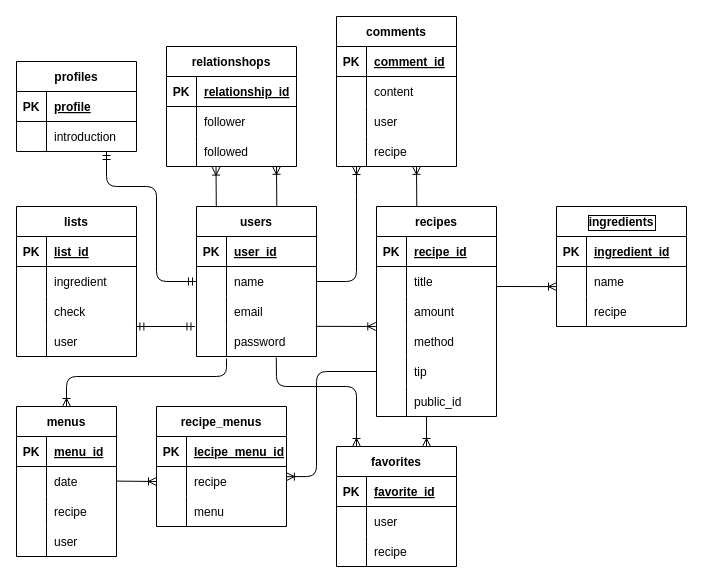
yuuuuki15/recipe_app keeps this draw.io diagram as config/table.dio. Above is the earlier version. Source tidied: cells renumbered, new cells numbered last; positions are measured from the earlier drawing's top-left corner, leaving out a move shared by most shapes. Both pictures are drawn from the tidied source at 100%, with x=0, y=0 at pixel (16, 16).
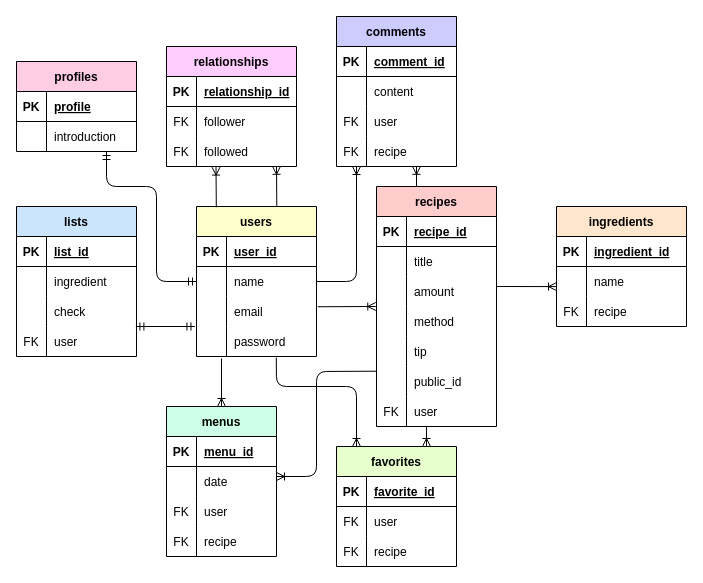
After the change.

The change refers to these unchanged cells:
```xml
<mxCell id="9" style="shape=partialRectangle;fillColor=none;top=0;left=0;bottom=0;right=0;points=[[0,0.5],[1,0.5]];portConstraint=eastwest;" parent="2" vertex="1">
  <mxGeometry y="90" width="120" height="30" as="geometry" />
</mxCell>
<mxCell id="12" style="shape=partialRectangle;fillColor=none;top=0;left=0;bottom=0;right=0;points=[[0,0.5],[1,0.5]];portConstraint=eastwest;" parent="2" vertex="1">
  <mxGeometry y="120" width="120" height="30" as="geometry" />
</mxCell>
<mxCell id="22" style="shape=partialRectangle;fillColor=none;top=0;left=0;bottom=0;right=0;points=[[0,0.5],[1,0.5]];portConstraint=eastwest;" parent="15" vertex="1">
  <mxGeometry y="90" width="120" height="30" as="geometry" />
</mxCell>
<mxCell id="28" style="shape=partialRectangle;fillColor=none;top=0;left=0;bottom=0;right=0;points=[[0,0.5],[1,0.5]];portConstraint=eastwest;" parent="15" vertex="1">
  <mxGeometry y="150" width="120" height="30" as="geometry" />
</mxCell>
<mxCell id="31" style="shape=partialRectangle;fillColor=none;top=0;left=0;bottom=0;right=0;points=[[0,0.5],[1,0.5]];portConstraint=eastwest;" parent="15" vertex="1">
  <mxGeometry y="180" width="120" height="30" as="geometry" />
</mxCell>
<mxCell id="41" style="shape=partialRectangle;fillColor=none;top=0;left=0;bottom=0;right=0;" parent="34" vertex="1">
  <mxGeometry y="90" width="130" height="30" as="geometry" />
</mxCell>
<mxCell id="51" style="shape=partialRectangle;fillColor=none;top=0;left=0;bottom=0;right=0;" parent="44" vertex="1">
  <mxGeometry y="90" width="120" height="30" as="geometry" />
</mxCell>
<mxCell id="54" style="shape=partialRectangle;fillColor=none;top=0;left=0;bottom=0;right=0;" parent="44" vertex="1">
  <mxGeometry y="120" width="120" height="30" as="geometry" />
</mxCell>
<mxCell id="61" style="shape=partialRectangle;fillColor=none;top=0;left=0;bottom=0;right=0;" parent="57" vertex="1">
  <mxGeometry y="60" width="120" height="30" as="geometry" />
</mxCell>
<mxCell id="64" style="shape=partialRectangle;fillColor=none;top=0;left=0;bottom=0;right=0;" parent="57" vertex="1">
  <mxGeometry y="90" width="120" height="30" as="geometry" />
</mxCell>
<mxCell id="90" style="shape=partialRectangle;fillColor=none;top=0;left=0;bottom=0;right=0;points=[[0,0.5],[1,0.5]];portConstraint=eastwest;" parent="80" vertex="1">
  <mxGeometry y="120" width="120" height="30" as="geometry" />
</mxCell>
<mxCell id="115" style="shape=partialRectangle;fillColor=none;top=0;left=0;bottom=0;right=0;" parent="111" vertex="1">
  <mxGeometry y="60" width="130" height="30" as="geometry" />
</mxCell>
<mxCell id="118" style="shape=partialRectangle;fillColor=none;top=0;left=0;bottom=0;right=0;points=[[0,0.5],[1,0.5]];portConstraint=eastwest;" parent="111" vertex="1">
  <mxGeometry y="90" width="130" height="30" as="geometry" />
</mxCell>
```

What changed in the source:
```diff
@@
-    <mxCell id="2" value="users" style="shape=table;startSize=30;childLayout=tableLayout;rowLines=0;fontStyle=1;align=center;" parent="1" vertex="1">
+    <mxCell id="2" value="users" style="shape=table;startSize=30;childLayout=tableLayout;rowLines=0;fontStyle=1;align=center;swimlaneFillColor=none;fillColor=#FFFFCC;fontColor=#000000;" parent="1" vertex="1">
       <mxGeometry x="180" y="190" width="120" height="150" as="geometry" />
     </mxCell>
@@
-    <mxCell id="15" value="recipes" style="shape=table;startSize=30;childLayout=tableLayout;rowLines=0;fontStyle=1;align=center;" parent="1" vertex="1">
-      <mxGeometry x="360" y="190" width="120" height="210" as="geometry" />
+    <mxCell id="15" value="recipes" style="shape=table;startSize=30;childLayout=tableLayout;rowLines=0;fontStyle=1;align=center;fillColor=#FFCCCC;fontColor=#000000;" parent="1" vertex="1">
+      <mxGeometry x="360" y="170" width="120" height="240" as="geometry" />
     </mxCell>
@@
+    <mxCell id="133" style="shape=partialRectangle;fillColor=none;top=0;left=0;bottom=0;right=0;" parent="15" vertex="1">
+      <mxGeometry y="210" width="120" height="30" as="geometry" />
+    </mxCell>
+    <mxCell id="134" value="FK" style="shape=partialRectangle;fillColor=none;top=0;left=0;bottom=0;right=0;overflow=hidden;" parent="133" vertex="1">
+      <mxGeometry width="30" height="30" as="geometry" />
+    </mxCell>
+    <mxCell id="135" value="user" style="shape=partialRectangle;fillColor=none;top=0;left=0;bottom=0;right=0;align=left;spacingLeft=6;overflow=hidden;" parent="133" vertex="1">
+      <mxGeometry x="30" width="90" height="30" as="geometry" />
+    </mxCell>
-    <mxCell id="34" value="ingredients" style="shape=table;startSize=30;childLayout=tableLayout;rowLines=0;fontStyle=1;align=center;labelBackgroundColor=none;labelBorderColor=default;" parent="1" vertex="1">
+    <mxCell id="34" value="ingredients" style="shape=table;startSize=30;childLayout=tableLayout;rowLines=0;fontStyle=1;align=center;labelBackgroundColor=none;labelBorderColor=none;fillColor=#FFE6CC;fontColor=#000000;" parent="1" vertex="1">
       <mxGeometry x="540" y="190" width="130" height="120" as="geometry" />
     </mxCell>
@@
-    <mxCell id="42" style="shape=partialRectangle;fillColor=none;top=0;left=0;bottom=0;right=0;overflow=hidden;" parent="41" vertex="1">
+    <mxCell id="42" value="FK" style="shape=partialRectangle;fillColor=none;top=0;left=0;bottom=0;right=0;overflow=hidden;" parent="41" vertex="1">
       <mxGeometry width="30" height="30" as="geometry" />
     </mxCell>
@@
-    <mxCell id="44" value="comments" style="shape=table;startSize=30;childLayout=tableLayout;rowLines=0;fontStyle=1;align=center;" parent="1" vertex="1">
+    <mxCell id="44" value="comments" style="shape=table;startSize=30;childLayout=tableLayout;rowLines=0;fontStyle=1;align=center;fillColor=#CCCCFF;fontColor=#000000;" parent="1" vertex="1">
       <mxGeometry x="320" width="120" height="150" as="geometry" />
     </mxCell>
@@
-    <mxCell id="52" style="shape=partialRectangle;fillColor=none;top=0;left=0;bottom=0;right=0;overflow=hidden;" parent="51" vertex="1">
+    <mxCell id="52" value="FK" style="shape=partialRectangle;fillColor=none;top=0;left=0;bottom=0;right=0;overflow=hidden;" parent="51" vertex="1">
       <mxGeometry width="30" height="30" as="geometry" />
     </mxCell>
@@
-    <mxCell id="55" style="shape=partialRectangle;fillColor=none;top=0;left=0;bottom=0;right=0;overflow=hidden;" parent="54" vertex="1">
+    <mxCell id="55" value="FK" style="shape=partialRectangle;fillColor=none;top=0;left=0;bottom=0;right=0;overflow=hidden;" parent="54" vertex="1">
       <mxGeometry width="30" height="30" as="geometry" />
     </mxCell>
@@
-    <mxCell id="57" value="favorites" style="shape=table;startSize=30;childLayout=tableLayout;rowLines=0;fontStyle=1;align=center;" parent="1" vertex="1">
+    <mxCell id="57" value="favorites" style="shape=table;startSize=30;childLayout=tableLayout;rowLines=0;fontStyle=1;align=center;fillColor=#E6FFCC;fontColor=#000000;" parent="1" vertex="1">
       <mxGeometry x="320" y="430" width="120" height="120" as="geometry" />
     </mxCell>
@@
-    <mxCell id="62" style="shape=partialRectangle;fillColor=none;top=0;left=0;bottom=0;right=0;overflow=hidden;" parent="61" vertex="1">
+    <mxCell id="62" value="FK" style="shape=partialRectangle;fillColor=none;top=0;left=0;bottom=0;right=0;overflow=hidden;" parent="61" vertex="1">
       <mxGeometry width="30" height="30" as="geometry" />
     </mxCell>
@@
-    <mxCell id="65" style="shape=partialRectangle;fillColor=none;top=0;left=0;bottom=0;right=0;overflow=hidden;" parent="64" vertex="1">
+    <mxCell id="65" value="FK" style="shape=partialRectangle;fillColor=none;top=0;left=0;bottom=0;right=0;overflow=hidden;" parent="64" vertex="1">
       <mxGeometry width="30" height="30" as="geometry" />
     </mxCell>
@@
-    <mxCell id="67" value="menus" style="shape=table;startSize=30;childLayout=tableLayout;rowLines=0;fontStyle=1;align=center;" parent="1" vertex="1">
-      <mxGeometry y="390" width="100" height="150" as="geometry" />
+    <mxCell id="67" value="menus" style="shape=table;startSize=30;childLayout=tableLayout;rowLines=0;fontStyle=1;align=center;fontColor=#000000;fillColor=#CCFFE6;" parent="1" vertex="1">
+      <mxGeometry x="150" y="390" width="110" height="150" as="geometry" />
     </mxCell>
     <mxCell id="68" style="shape=partialRectangle;fillColor=none;top=0;left=0;bottom=1;right=0;" parent="67" vertex="1">
-      <mxGeometry y="30" width="100" height="30" as="geometry" />
+      <mxGeometry y="30" width="110" height="30" as="geometry" />
     </mxCell>
@@
     <mxCell id="70" value="menu_id" style="shape=partialRectangle;fillColor=none;top=0;left=0;bottom=0;right=0;align=left;spacingLeft=6;fontStyle=5;overflow=hidden;" parent="68" vertex="1">
-      <mxGeometry x="30" width="70" height="30" as="geometry" />
+      <mxGeometry x="30" width="80" height="30" as="geometry" />
     </mxCell>
     <mxCell id="71" style="shape=partialRectangle;fillColor=none;top=0;left=0;bottom=0;right=0;" parent="67" vertex="1">
-      <mxGeometry y="60" width="100" height="30" as="geometry" />
+      <mxGeometry y="60" width="110" height="30" as="geometry" />
     </mxCell>
@@
     <mxCell id="73" value="date" style="shape=partialRectangle;fillColor=none;top=0;left=0;bottom=0;right=0;align=left;spacingLeft=6;overflow=hidden;" parent="71" vertex="1">
-      <mxGeometry x="30" width="70" height="30" as="geometry" />
+      <mxGeometry x="30" width="80" height="30" as="geometry" />
     </mxCell>
-    <mxCell id="74" style="shape=partialRectangle;fillColor=none;top=0;left=0;bottom=0;right=0;" parent="67" vertex="1">
-      <mxGeometry y="90" width="100" height="30" as="geometry" />
-    </mxCell>
-    <mxCell id="75" style="shape=partialRectangle;fillColor=none;top=0;left=0;bottom=0;right=0;overflow=hidden;" parent="74" vertex="1">
-      <mxGeometry width="30" height="30" as="geometry" />
-    </mxCell>
-    <mxCell id="76" value="recipe" style="shape=partialRectangle;fillColor=none;top=0;left=0;bottom=0;right=0;align=left;spacingLeft=6;overflow=hidden;" parent="74" vertex="1">
-      <mxGeometry x="30" width="70" height="30" as="geometry" />
-    </mxCell>
     <mxCell id="77" style="shape=partialRectangle;fillColor=none;top=0;left=0;bottom=0;right=0;" parent="67" vertex="1">
-      <mxGeometry y="120" width="100" height="30" as="geometry" />
+      <mxGeometry y="90" width="110" height="30" as="geometry" />
     </mxCell>
-    <mxCell id="78" style="shape=partialRectangle;fillColor=none;top=0;left=0;bottom=0;right=0;overflow=hidden;" parent="77" vertex="1">
+    <mxCell id="78" value="FK" style="shape=partialRectangle;fillColor=none;top=0;left=0;bottom=0;right=0;overflow=hidden;" parent="77" vertex="1">
       <mxGeometry width="30" height="30" as="geometry" />
     </mxCell>
     <mxCell id="79" value="user" style="shape=partialRectangle;fillColor=none;top=0;left=0;bottom=0;right=0;align=left;spacingLeft=6;overflow=hidden;" parent="77" vertex="1">
-      <mxGeometry x="30" width="70" height="30" as="geometry" />
+      <mxGeometry x="30" width="80" height="30" as="geometry" />
     </mxCell>
+    <mxCell id="136" style="shape=partialRectangle;fillColor=none;top=0;left=0;bottom=0;right=0;" parent="67" vertex="1">
+      <mxGeometry y="120" width="110" height="30" as="geometry" />
+    </mxCell>
+    <mxCell id="137" value="FK" style="shape=partialRectangle;fillColor=none;top=0;left=0;bottom=0;right=0;overflow=hidden;" parent="136" vertex="1">
+      <mxGeometry width="30" height="30" as="geometry" />
+    </mxCell>
+    <mxCell id="138" value="recipe" style="shape=partialRectangle;fillColor=none;top=0;left=0;bottom=0;right=0;align=left;spacingLeft=6;overflow=hidden;" parent="136" vertex="1">
+      <mxGeometry x="30" width="80" height="30" as="geometry" />
+    </mxCell>
-    <mxCell id="80" value="lists" style="shape=table;startSize=30;childLayout=tableLayout;rowLines=0;fontStyle=1;align=center;" parent="1" vertex="1">
+    <mxCell id="80" value="lists" style="shape=table;startSize=30;childLayout=tableLayout;rowLines=0;fontStyle=1;align=center;fontColor=#000000;fillColor=#CCE5FF;" parent="1" vertex="1">
       <mxGeometry y="190" width="120" height="150" as="geometry" />
     </mxCell>
@@
-    <mxCell id="91" style="shape=partialRectangle;fillColor=none;top=0;left=0;bottom=0;right=0;overflow=hidden;" parent="90" vertex="1">
+    <mxCell id="91" value="FK" style="shape=partialRectangle;fillColor=none;top=0;left=0;bottom=0;right=0;overflow=hidden;" parent="90" vertex="1">
       <mxGeometry width="30" height="30" as="geometry" />
     </mxCell>
@@
-    <mxCell id="93" value="profiles" style="shape=table;startSize=30;childLayout=tableLayout;rowLines=0;fontStyle=1;align=center;" parent="1" vertex="1">
+    <mxCell id="93" value="profiles" style="shape=table;startSize=30;childLayout=tableLayout;rowLines=0;fontStyle=1;align=center;fillColor=#FFCCE6;fontColor=#000000;" parent="1" vertex="1">
       <mxGeometry y="45" width="120" height="90" as="geometry" />
     </mxCell>
@@
-    <mxCell id="100" style="fontSize=12;html=1;endArrow=ERoneToMany;entryX=-0.006;entryY=0.999;entryDx=0;entryDy=0;entryPerimeter=0;exitX=0.994;exitY=-0.005;exitDx=0;exitDy=0;exitPerimeter=0;" parent="1" edge="1" source="12" target="22">
+    <mxCell id="100" style="fontSize=12;html=1;endArrow=ERoneToMany;entryX=-0.006;entryY=0.999;entryDx=0;entryDy=0;entryPerimeter=0;exitX=1.01;exitY=0.342;exitDx=0;exitDy=0;exitPerimeter=0;" parent="1" edge="1" source="9" target="22">
       <mxGeometry relative="1" as="geometry" />
     </mxCell>
-    <mxCell id="101" value="recipe_menus" style="shape=table;startSize=30;childLayout=tableLayout;rowLines=0;fontStyle=1;align=center;" parent="1" vertex="1">
-      <mxGeometry x="140" y="390" width="130" height="120" as="geometry" />
-    </mxCell>
-    <mxCell id="102" style="shape=partialRectangle;fillColor=none;top=0;left=0;bottom=1;right=0;" parent="101" vertex="1">
-      <mxGeometry y="30" width="130" height="30" as="geometry" />
-    </mxCell>
-    <mxCell id="103" value="PK" style="shape=partialRectangle;fillColor=none;top=0;left=0;bottom=0;right=0;fontStyle=1;overflow=hidden;" parent="102" vertex="1">
-      <mxGeometry width="30" height="30" as="geometry" />
-    </mxCell>
-    <mxCell id="104" value="lecipe_menu_id" style="shape=partialRectangle;fillColor=none;top=0;left=0;bottom=0;right=0;align=left;spacingLeft=6;fontStyle=5;overflow=hidden;" parent="102" vertex="1">
-      <mxGeometry x="30" width="100" height="30" as="geometry" />
-    </mxCell>
-    <mxCell id="105" style="shape=partialRectangle;fillColor=none;top=0;left=0;bottom=0;right=0;points=[[0,0.5],[1,0.5]];portConstraint=eastwest;" parent="101" vertex="1">
-      <mxGeometry y="60" width="130" height="30" as="geometry" />
-    </mxCell>
-    <mxCell id="106" style="shape=partialRectangle;fillColor=none;top=0;left=0;bottom=0;right=0;overflow=hidden;" parent="105" vertex="1">
-      <mxGeometry width="30" height="30" as="geometry" />
-    </mxCell>
-    <mxCell id="107" value="recipe" style="shape=partialRectangle;fillColor=none;top=0;left=0;bottom=0;right=0;align=left;spacingLeft=6;overflow=hidden;" parent="105" vertex="1">
-      <mxGeometry x="30" width="100" height="30" as="geometry" />
-    </mxCell>
-    <mxCell id="108" style="shape=partialRectangle;fillColor=none;top=0;left=0;bottom=0;right=0;" parent="101" vertex="1">
-      <mxGeometry y="90" width="130" height="30" as="geometry" />
-    </mxCell>
-    <mxCell id="109" style="shape=partialRectangle;fillColor=none;top=0;left=0;bottom=0;right=0;overflow=hidden;" parent="108" vertex="1">
-      <mxGeometry width="30" height="30" as="geometry" />
-    </mxCell>
-    <mxCell id="110" value="menu" style="shape=partialRectangle;fillColor=none;top=0;left=0;bottom=0;right=0;align=left;spacingLeft=6;overflow=hidden;" parent="108" vertex="1">
-      <mxGeometry x="30" width="100" height="30" as="geometry" />
-    </mxCell>
-    <mxCell id="111" value="relationshops" style="shape=table;startSize=30;childLayout=tableLayout;rowLines=0;fontStyle=1;align=center;" parent="1" vertex="1">
+    <mxCell id="111" value="relationships" style="shape=table;startSize=30;childLayout=tableLayout;rowLines=0;fontStyle=1;align=center;fontColor=#000000;fillColor=#FFCCFF;" parent="1" vertex="1">
       <mxGeometry x="150" y="30" width="130" height="120" as="geometry" />
     </mxCell>
@@
-    <mxCell id="116" style="shape=partialRectangle;fillColor=none;top=0;left=0;bottom=0;right=0;overflow=hidden;" parent="115" vertex="1">
+    <mxCell id="116" value="FK" style="shape=partialRectangle;fillColor=none;top=0;left=0;bottom=0;right=0;overflow=hidden;" parent="115" vertex="1">
       <mxGeometry width="30" height="30" as="geometry" />
     </mxCell>
@@
-    <mxCell id="119" style="shape=partialRectangle;fillColor=none;top=0;left=0;bottom=0;right=0;overflow=hidden;" parent="118" vertex="1">
+    <mxCell id="119" value="FK" style="shape=partialRectangle;fillColor=none;top=0;left=0;bottom=0;right=0;overflow=hidden;" parent="118" vertex="1">
       <mxGeometry width="30" height="30" as="geometry" />
     </mxCell>
@@
-    <mxCell id="123" style="fontSize=12;html=1;endArrow=ERoneToMany;entryX=0.381;entryY=1.019;entryDx=0;entryDy=0;entryPerimeter=0;exitX=0.165;exitY=0.005;exitDx=0;exitDy=0;exitPerimeter=0;" parent="1" edge="1">
+    <mxCell id="123" style="fontSize=12;html=1;endArrow=ERoneToMany;entryX=0.381;entryY=1.019;entryDx=0;entryDy=0;entryPerimeter=0;" parent="1" edge="1">
       <mxGeometry relative="1" as="geometry">
-        <mxPoint x="400.3" y="190" as="sourcePoint" />
+        <mxPoint x="400" y="170" as="sourcePoint" />
         <mxPoint x="400" y="149.8" as="targetPoint" />
       </mxGeometry>
     </mxCell>
@@
-    <mxCell id="126" style="edgeStyle=orthogonalEdgeStyle;fontSize=12;html=1;endArrow=ERoneToMany;entryX=0.5;entryY=0;entryDx=0;entryDy=0;" parent="1" edge="1" target="67">
+    <mxCell id="126" style="fontSize=12;html=1;endArrow=ERoneToMany;entryX=0.5;entryY=0;entryDx=0;entryDy=0;" parent="1" edge="1" target="67">
       <mxGeometry relative="1" as="geometry">
-        <mxPoint x="210" y="342" as="sourcePoint" />
-        <Array as="points">
-          <mxPoint x="210" y="342" />
-          <mxPoint x="210" y="360" />
-          <mxPoint x="50" y="360" />
-        </Array>
+        <mxPoint x="205" y="342" as="sourcePoint" />
       </mxGeometry>
     </mxCell>
-    <mxCell id="127" style="fontSize=12;html=1;endArrow=ERoneToMany;entryX=0.999;entryY=0.339;entryDx=0;entryDy=0;exitX=0;exitY=0.5;exitDx=0;exitDy=0;entryPerimeter=0;" parent="1" edge="1" source="28" target="105">
+    <mxCell id="127" style="fontSize=12;html=1;endArrow=ERoneToMany;exitX=0.004;exitY=0.157;exitDx=0;exitDy=0;exitPerimeter=0;" parent="1" edge="1" source="31">
       <mxGeometry relative="1" as="geometry">
+        <mxPoint x="260" y="460" as="targetPoint" />
         <Array as="points">
           <mxPoint x="300" y="355" />
           <mxPoint x="300" y="460" />
         </Array>
       </mxGeometry>
     </mxCell>
-    <mxCell id="128" style="fontSize=12;html=1;endArrow=ERoneToMany;exitX=0.994;exitY=-0.005;exitDx=0;exitDy=0;exitPerimeter=0;" parent="1" edge="1">
-      <mxGeometry relative="1" as="geometry">
-        <mxPoint x="100" y="464.6" as="sourcePoint" />
-        <mxPoint x="140" y="465" as="targetPoint" />
-      </mxGeometry>
-    </mxCell>
-    <mxCell id="129" style="fontSize=12;html=1;endArrow=ERoneToMany;entryX=0.75;entryY=0;entryDx=0;entryDy=0;exitX=0.417;exitY=1;exitDx=0;exitDy=0;exitPerimeter=0;" parent="1" edge="1" source="31" target="57">
-      <mxGeometry relative="1" as="geometry" />
+    <mxCell id="129" style="fontSize=12;html=1;endArrow=ERoneToMany;entryX=0.75;entryY=0;entryDx=0;entryDy=0;" parent="1" edge="1" target="57">
+      <mxGeometry relative="1" as="geometry">
+        <mxPoint x="410" y="410" as="sourcePoint" />
+      </mxGeometry>
     </mxCell>
```
